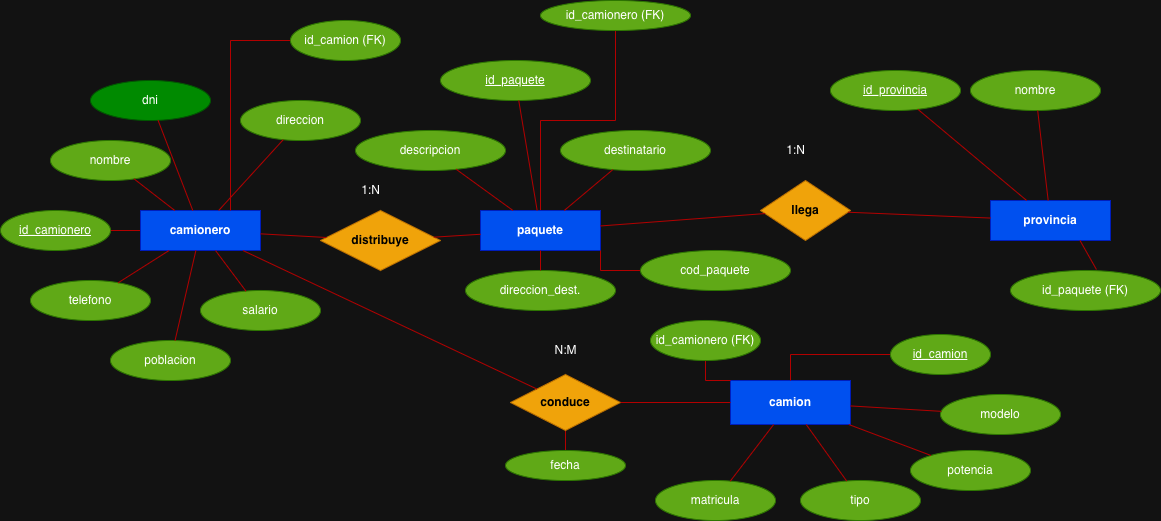
The draw.io diagram Bases de Datos/Ejercicios Modelo E-R/ER_EJ2_Transportes.drawio.png in luzmariaalvarez/1DAW, before a commit. Source tidied: cells renumbered, new cells last; positions are measured from the earlier drawing's top-left corner, leaving out a move shared by most shapes.
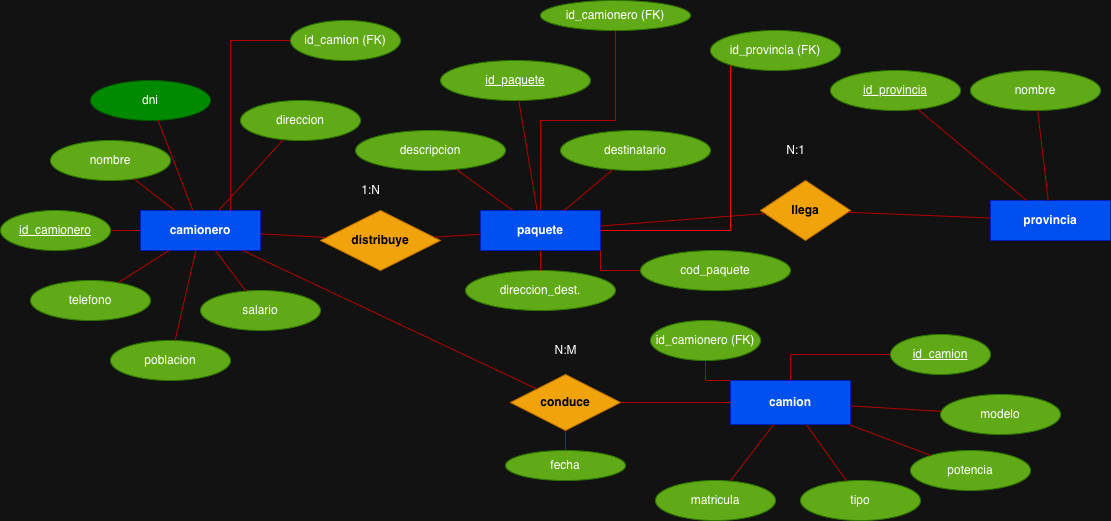
After the commit.

The edit, as a diff of the source:
```diff
@@ -149,7 +149,7 @@
     <mxCell id="50" value="1:N" style="text;html=1;align=center;verticalAlign=middle;fontSize=12;" parent="1" vertex="1">
       <mxGeometry x="350" y="180" width="40" height="20" as="geometry" />
     </mxCell>
-    <mxCell id="51" value="1:N" style="text;html=1;align=center;verticalAlign=middle;fontSize=12;" parent="1" vertex="1">
+    <mxCell id="51" value="N:1" style="text;html=1;align=center;verticalAlign=middle;fontSize=12;" parent="1" vertex="1">
       <mxGeometry x="775" y="140" width="40" height="20" as="geometry" />
     </mxCell>
     <mxCell id="52" value="&lt;u&gt;id_camionero&lt;/u&gt;" style="ellipse;whiteSpace=wrap;html=1;strokeColor=#2D7600;fillColor=#60a917;fontColor=#ffffff;" parent="1" vertex="1">
@@ -194,13 +194,15 @@
     <mxCell id="64" value="id_camionero (FK)" style="ellipse;whiteSpace=wrap;html=1;strokeColor=#2D7600;fillColor=#60a917;fontColor=#ffffff;" parent="1" vertex="1">
       <mxGeometry x="540" width="150" height="30" as="geometry" />
     </mxCell>
-    <mxCell id="65" value="id_paquete (FK)" style="ellipse;whiteSpace=wrap;html=1;strokeColor=#2D7600;fillColor=#60a917;fontColor=#ffffff;" parent="1" vertex="1">
-      <mxGeometry x="1010" y="270" width="150" height="40" as="geometry" />
-    </mxCell>
-    <mxCell id="66" style="endArrow=none;strokeColor=#B20000;fillColor=#e51400;entryX=0.573;entryY=-0.025;entryDx=0;entryDy=0;entryPerimeter=0;" parent="1" edge="1" target="65">
-      <mxGeometry relative="1" as="geometry">
-        <mxPoint x="1079.5" y="240" as="sourcePoint" />
-      </mxGeometry>
-    </mxCell>
+    <mxCell id="67" style="edgeStyle=orthogonalEdgeStyle;rounded=0;jettySize=auto;html=1;strokeColor=#FF0000;endArrow=none;endFill=0;" parent="1" edge="1" source="68" target="5">
+      <mxGeometry relative="1" as="geometry">
+        <Array as="points">
+          <mxPoint x="730" y="230" />
+        </Array>
+      </mxGeometry>
+    </mxCell>
+    <mxCell id="68" value="id_provincia (FK)" style="ellipse;whiteSpace=wrap;html=1;strokeColor=#2D7600;fillColor=#60a917;fontColor=#ffffff;" parent="1" vertex="1">
+      <mxGeometry x="710" y="30" width="130" height="40" as="geometry" />
+    </mxCell>
   </root>
 </mxGraphModel>
```
